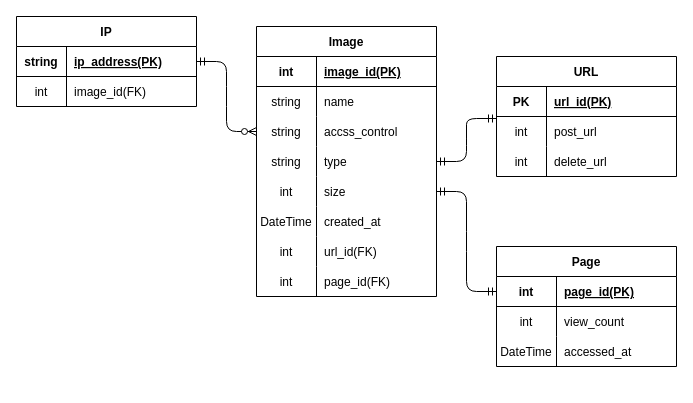
This is Design/ER.dio from Aki158/Online-Image-Hosting-Service, a draw.io file, before an edit. Source tidied: cells renumbered, new cells numbered last; positions are measured from the earlier drawing's top-left corner, leaving out a move shared by most shapes. Both pictures are drawn from the tidied source at 100%, with x=0, y=0 at pixel (16, 16).
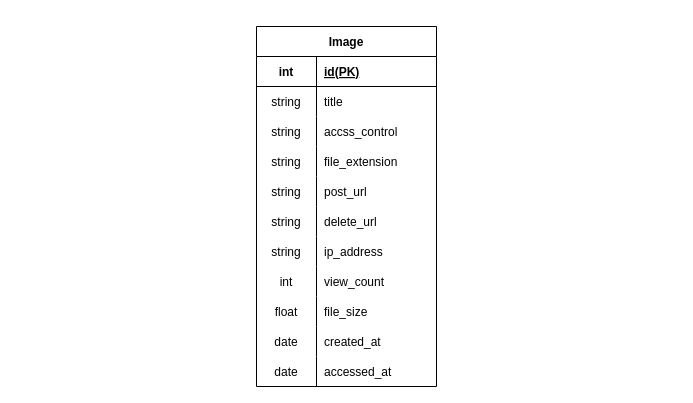
After the change.

The change refers to these unchanged cells:
```xml
<mxCell id="3" style="shape=tableRow;horizontal=0;startSize=0;swimlaneHead=0;swimlaneBody=0;fillColor=none;top=0;left=0;right=0;bottom=1;" parent="2" vertex="1">
  <mxGeometry y="30" width="180" height="30" as="geometry" />
</mxCell>
<mxCell id="6" style="shape=tableRow;horizontal=0;startSize=0;swimlaneHead=0;swimlaneBody=0;fillColor=none;top=0;left=0;right=0;bottom=0;" parent="2" vertex="1">
  <mxGeometry y="60" width="180" height="30" as="geometry" />
</mxCell>
<mxCell id="9" style="shape=tableRow;horizontal=0;startSize=0;swimlaneHead=0;swimlaneBody=0;fillColor=none;points=[[0,0.5],[1,0.5]];portConstraint=eastwest;top=0;left=0;right=0;bottom=0;" parent="2" vertex="1">
  <mxGeometry y="90" width="180" height="30" as="geometry" />
</mxCell>
<mxCell id="12" style="shape=tableRow;horizontal=0;startSize=0;swimlaneHead=0;swimlaneBody=0;fillColor=none;points=[[0,0.5],[1,0.5]];portConstraint=eastwest;top=0;left=0;right=0;bottom=0;" parent="2" vertex="1">
  <mxGeometry y="120" width="180" height="30" as="geometry" />
</mxCell>
```

Diff of the diagram source:
```diff
@@
     <mxCell id="2" value="Image" style="shape=table;startSize=30;childLayout=tableLayout;rowLines=0;fontStyle=1;align=center;" parent="1" vertex="1">
-      <mxGeometry x="240" y="10" width="180" height="270" as="geometry" />
+      <mxGeometry x="240" y="10" width="180" height="360" as="geometry" />
     </mxCell>
@@
-    <mxCell id="5" value="image_id(PK)" style="shape=partialRectangle;fillColor=none;top=0;left=0;bottom=0;right=0;align=left;spacingLeft=6;fontStyle=5;overflow=hidden;" parent="3" vertex="1">
+    <mxCell id="5" value="id(PK)" style="shape=partialRectangle;fillColor=none;top=0;left=0;bottom=0;right=0;align=left;spacingLeft=6;fontStyle=5;overflow=hidden;" parent="3" vertex="1">
       <mxGeometry x="60" width="120" height="30" as="geometry" />
     </mxCell>
@@
-    <mxCell id="8" value="name" style="shape=partialRectangle;fillColor=none;top=0;left=0;bottom=0;right=0;align=left;spacingLeft=6;overflow=hidden;" parent="6" vertex="1">
+    <mxCell id="8" value="title" style="shape=partialRectangle;fillColor=none;top=0;left=0;bottom=0;right=0;align=left;spacingLeft=6;overflow=hidden;" parent="6" vertex="1">
       <mxGeometry x="60" width="120" height="30" as="geometry" />
     </mxCell>
@@
-    <mxCell id="14" value="type" style="shape=partialRectangle;fillColor=none;top=0;left=0;bottom=0;right=0;align=left;spacingLeft=6;overflow=hidden;" parent="12" vertex="1">
+    <mxCell id="14" value="file_extension" style="shape=partialRectangle;fillColor=none;top=0;left=0;bottom=0;right=0;align=left;spacingLeft=6;overflow=hidden;" parent="12" vertex="1">
       <mxGeometry x="60" width="120" height="30" as="geometry" />
     </mxCell>
+    <mxCell id="21" style="shape=tableRow;horizontal=0;startSize=0;swimlaneHead=0;swimlaneBody=0;fillColor=none;top=0;left=0;right=0;bottom=0;" parent="2" vertex="1">
+      <mxGeometry y="150" width="180" height="30" as="geometry" />
+    </mxCell>
+    <mxCell id="22" value="string" style="shape=partialRectangle;fillColor=none;top=0;left=0;bottom=0;right=0;overflow=hidden;" parent="21" vertex="1">
+      <mxGeometry width="60" height="30" as="geometry" />
+    </mxCell>
+    <mxCell id="23" value="post_url" style="shape=partialRectangle;fillColor=none;top=0;left=0;bottom=0;right=0;align=left;spacingLeft=6;overflow=hidden;" parent="21" vertex="1">
+      <mxGeometry x="60" width="120" height="30" as="geometry" />
+    </mxCell>
+    <mxCell id="24" style="shape=tableRow;horizontal=0;startSize=0;swimlaneHead=0;swimlaneBody=0;fillColor=none;top=0;left=0;right=0;bottom=0;" parent="2" vertex="1">
+      <mxGeometry y="180" width="180" height="30" as="geometry" />
+    </mxCell>
+    <mxCell id="25" value="string" style="shape=partialRectangle;fillColor=none;top=0;left=0;bottom=0;right=0;overflow=hidden;" parent="24" vertex="1">
+      <mxGeometry width="60" height="30" as="geometry" />
+    </mxCell>
+    <mxCell id="26" value="delete_url" style="shape=partialRectangle;fillColor=none;top=0;left=0;bottom=0;right=0;align=left;spacingLeft=6;overflow=hidden;" parent="24" vertex="1">
+      <mxGeometry x="60" width="120" height="30" as="geometry" />
+    </mxCell>
+    <mxCell id="57" style="shape=tableRow;horizontal=0;startSize=0;swimlaneHead=0;swimlaneBody=0;fillColor=none;top=0;left=0;right=0;bottom=0;" parent="2" vertex="1">
+      <mxGeometry y="210" width="180" height="30" as="geometry" />
+    </mxCell>
+    <mxCell id="39" value="string" style="shape=partialRectangle;fillColor=none;top=0;left=0;bottom=0;right=0;overflow=hidden;" parent="57" vertex="1">
+      <mxGeometry width="60" height="30" as="geometry" />
+    </mxCell>
+    <mxCell id="58" value="ip_address" style="shape=partialRectangle;fillColor=none;top=0;left=0;bottom=0;right=0;align=left;spacingLeft=6;overflow=hidden;" parent="57" vertex="1">
+      <mxGeometry x="60" width="120" height="30" as="geometry" />
+    </mxCell>
+    <mxCell id="59" style="shape=tableRow;horizontal=0;startSize=0;swimlaneHead=0;swimlaneBody=0;fillColor=none;top=0;left=0;right=0;bottom=0;" parent="2" vertex="1">
+      <mxGeometry y="240" width="180" height="30" as="geometry" />
+    </mxCell>
+    <mxCell id="49" value="int" style="shape=partialRectangle;fillColor=none;top=0;left=0;bottom=0;right=0;overflow=hidden;" parent="59" vertex="1">
+      <mxGeometry width="60" height="30" as="geometry" />
+    </mxCell>
+    <mxCell id="50" value="view_count" style="shape=partialRectangle;fillColor=none;top=0;left=0;bottom=0;right=0;align=left;spacingLeft=6;overflow=hidden;" parent="59" vertex="1">
+      <mxGeometry x="60" width="120" height="30" as="geometry" />
+    </mxCell>
     <mxCell id="15" style="shape=tableRow;horizontal=0;startSize=0;swimlaneHead=0;swimlaneBody=0;fillColor=none;points=[[0,0.5],[1,0.5]];portConstraint=eastwest;top=0;left=0;right=0;bottom=0;" parent="2" vertex="1">
-      <mxGeometry y="150" width="180" height="30" as="geometry" />
+      <mxGeometry y="270" width="180" height="30" as="geometry" />
     </mxCell>
-    <mxCell id="16" value="int" style="shape=partialRectangle;fillColor=none;top=0;left=0;bottom=0;right=0;overflow=hidden;" parent="15" vertex="1">
+    <mxCell id="16" value="float" style="shape=partialRectangle;fillColor=none;top=0;left=0;bottom=0;right=0;overflow=hidden;" parent="15" vertex="1">
       <mxGeometry width="60" height="30" as="geometry" />
     </mxCell>
-    <mxCell id="17" value="size" style="shape=partialRectangle;fillColor=none;top=0;left=0;bottom=0;right=0;align=left;spacingLeft=6;overflow=hidden;" parent="15" vertex="1">
+    <mxCell id="17" value="file_size" style="shape=partialRectangle;fillColor=none;top=0;left=0;bottom=0;right=0;align=left;spacingLeft=6;overflow=hidden;" parent="15" vertex="1">
       <mxGeometry x="60" width="120" height="30" as="geometry" />
     </mxCell>
     <mxCell id="18" style="shape=tableRow;horizontal=0;startSize=0;swimlaneHead=0;swimlaneBody=0;fillColor=none;top=0;left=0;right=0;bottom=0;" parent="2" vertex="1">
-      <mxGeometry y="180" width="180" height="30" as="geometry" />
+      <mxGeometry y="300" width="180" height="30" as="geometry" />
     </mxCell>
-    <mxCell id="19" value="DateTime" style="shape=partialRectangle;fillColor=none;top=0;left=0;bottom=0;right=0;overflow=hidden;" parent="18" vertex="1">
+    <mxCell id="19" value="date" style="shape=partialRectangle;fillColor=none;top=0;left=0;bottom=0;right=0;overflow=hidden;" parent="18" vertex="1">
       <mxGeometry width="60" height="30" as="geometry" />
     </mxCell>
@@
-    <mxCell id="21" style="shape=tableRow;horizontal=0;startSize=0;swimlaneHead=0;swimlaneBody=0;fillColor=none;top=0;left=0;right=0;bottom=0;" parent="2" vertex="1">
-      <mxGeometry y="210" width="180" height="30" as="geometry" />
-    </mxCell>
-    <mxCell id="22" value="int" style="shape=partialRectangle;fillColor=none;top=0;left=0;bottom=0;right=0;overflow=hidden;" parent="21" vertex="1">
-      <mxGeometry width="60" height="30" as="geometry" />
-    </mxCell>
-    <mxCell id="23" value="url_id(FK)" style="shape=partialRectangle;fillColor=none;top=0;left=0;bottom=0;right=0;align=left;spacingLeft=6;overflow=hidden;" parent="21" vertex="1">
-      <mxGeometry x="60" width="120" height="30" as="geometry" />
-    </mxCell>
-    <mxCell id="24" style="shape=tableRow;horizontal=0;startSize=0;swimlaneHead=0;swimlaneBody=0;fillColor=none;top=0;left=0;right=0;bottom=0;" parent="2" vertex="1">
-      <mxGeometry y="240" width="180" height="30" as="geometry" />
-    </mxCell>
-    <mxCell id="25" value="int" style="shape=partialRectangle;fillColor=none;top=0;left=0;bottom=0;right=0;overflow=hidden;" parent="24" vertex="1">
-      <mxGeometry width="60" height="30" as="geometry" />
-    </mxCell>
-    <mxCell id="26" value="page_id(FK)" style="shape=partialRectangle;fillColor=none;top=0;left=0;bottom=0;right=0;align=left;spacingLeft=6;overflow=hidden;" parent="24" vertex="1">
-      <mxGeometry x="60" width="120" height="30" as="geometry" />
-    </mxCell>
-    <mxCell id="27" value="URL" style="shape=table;startSize=30;childLayout=tableLayout;rowLines=0;fontStyle=1;align=center;" parent="1" vertex="1">
-      <mxGeometry x="480" y="40" width="180" height="120" as="geometry" />
-    </mxCell>
-    <mxCell id="28" style="shape=tableRow;horizontal=0;startSize=0;swimlaneHead=0;swimlaneBody=0;fillColor=none;top=0;left=0;right=0;bottom=1;" parent="27" vertex="1">
-      <mxGeometry y="30" width="180" height="30" as="geometry" />
-    </mxCell>
-    <mxCell id="29" value="PK" style="shape=partialRectangle;fillColor=none;top=0;left=0;bottom=0;right=0;fontStyle=1;overflow=hidden;" parent="28" vertex="1">
-      <mxGeometry width="50" height="30" as="geometry" />
-    </mxCell>
-    <mxCell id="30" value="url_id(PK)" style="shape=partialRectangle;fillColor=none;top=0;left=0;bottom=0;right=0;align=left;spacingLeft=6;fontStyle=5;overflow=hidden;" parent="28" vertex="1">
-      <mxGeometry x="50" width="130" height="30" as="geometry" />
-    </mxCell>
-    <mxCell id="31" style="shape=tableRow;horizontal=0;startSize=0;swimlaneHead=0;swimlaneBody=0;fillColor=none;points=[[0,0.5],[1,0.5]];portConstraint=eastwest;top=0;left=0;right=0;bottom=0;" parent="27" vertex="1">
-      <mxGeometry y="60" width="180" height="30" as="geometry" />
-    </mxCell>
-    <mxCell id="32" value="int" style="shape=partialRectangle;fillColor=none;top=0;left=0;bottom=0;right=0;overflow=hidden;" parent="31" vertex="1">
-      <mxGeometry width="50" height="30" as="geometry" />
-    </mxCell>
-    <mxCell id="33" value="post_url" style="shape=partialRectangle;fillColor=none;top=0;left=0;bottom=0;right=0;align=left;spacingLeft=6;overflow=hidden;" parent="31" vertex="1">
-      <mxGeometry x="50" width="130" height="30" as="geometry" />
-    </mxCell>
-    <mxCell id="34" style="shape=tableRow;horizontal=0;startSize=0;swimlaneHead=0;swimlaneBody=0;fillColor=none;top=0;left=0;right=0;bottom=0;" parent="27" vertex="1">
-      <mxGeometry y="90" width="180" height="30" as="geometry" />
-    </mxCell>
-    <mxCell id="35" value="int" style="shape=partialRectangle;fillColor=none;top=0;left=0;bottom=0;right=0;overflow=hidden;" parent="34" vertex="1">
-      <mxGeometry width="50" height="30" as="geometry" />
-    </mxCell>
-    <mxCell id="36" value="delete_url" style="shape=partialRectangle;fillColor=none;top=0;left=0;bottom=0;right=0;align=left;spacingLeft=6;overflow=hidden;" parent="34" vertex="1">
-      <mxGeometry x="50" width="130" height="30" as="geometry" />
-    </mxCell>
-    <mxCell id="37" value="IP" style="shape=table;startSize=30;childLayout=tableLayout;rowLines=0;fontStyle=1;align=center;" parent="1" vertex="1">
-      <mxGeometry width="180" height="90" as="geometry" />
-    </mxCell>
-    <mxCell id="38" style="shape=tableRow;horizontal=0;startSize=0;swimlaneHead=0;swimlaneBody=0;fillColor=none;top=0;left=0;right=0;bottom=1;" parent="37" vertex="1">
-      <mxGeometry y="30" width="180" height="30" as="geometry" />
-    </mxCell>
-    <mxCell id="39" value="string" style="shape=partialRectangle;fillColor=none;top=0;left=0;bottom=0;right=0;fontStyle=1;overflow=hidden;" parent="38" vertex="1">
-      <mxGeometry width="50" height="30" as="geometry" />
-    </mxCell>
-    <mxCell id="40" value="ip_address(PK)" style="shape=partialRectangle;fillColor=none;top=0;left=0;bottom=0;right=0;align=left;spacingLeft=6;fontStyle=5;overflow=hidden;" parent="38" vertex="1">
-      <mxGeometry x="50" width="130" height="30" as="geometry" />
-    </mxCell>
-    <mxCell id="41" style="shape=tableRow;horizontal=0;startSize=0;swimlaneHead=0;swimlaneBody=0;fillColor=none;top=0;left=0;right=0;bottom=0;" parent="37" vertex="1">
-      <mxGeometry y="60" width="180" height="30" as="geometry" />
-    </mxCell>
-    <mxCell id="42" value="int" style="shape=partialRectangle;fillColor=none;top=0;left=0;bottom=0;right=0;overflow=hidden;" parent="41" vertex="1">
-      <mxGeometry width="50" height="30" as="geometry" />
-    </mxCell>
-    <mxCell id="43" value="image_id(FK)" style="shape=partialRectangle;fillColor=none;top=0;left=0;bottom=0;right=0;align=left;spacingLeft=6;overflow=hidden;" parent="41" vertex="1">
-      <mxGeometry x="50" width="130" height="30" as="geometry" />
-    </mxCell>
-    <mxCell id="44" value="Page" style="shape=table;startSize=30;childLayout=tableLayout;rowLines=0;fontStyle=1;align=center;" parent="1" vertex="1">
-      <mxGeometry x="480" y="230" width="180" height="120" as="geometry" />
-    </mxCell>
-    <mxCell id="45" style="shape=tableRow;horizontal=0;startSize=0;swimlaneHead=0;swimlaneBody=0;fillColor=none;points=[[0,0.5],[1,0.5]];portConstraint=eastwest;top=0;left=0;right=0;bottom=1;" parent="44" vertex="1">
-      <mxGeometry y="30" width="180" height="30" as="geometry" />
-    </mxCell>
-    <mxCell id="46" value="int" style="shape=partialRectangle;fillColor=none;top=0;left=0;bottom=0;right=0;fontStyle=1;overflow=hidden;" parent="45" vertex="1">
-      <mxGeometry width="60" height="30" as="geometry" />
-    </mxCell>
-    <mxCell id="47" value="page_id(PK)" style="shape=partialRectangle;fillColor=none;top=0;left=0;bottom=0;right=0;align=left;spacingLeft=6;fontStyle=5;overflow=hidden;" parent="45" vertex="1">
-      <mxGeometry x="60" width="120" height="30" as="geometry" />
-    </mxCell>
-    <mxCell id="48" style="shape=tableRow;horizontal=0;startSize=0;swimlaneHead=0;swimlaneBody=0;fillColor=none;top=0;left=0;right=0;bottom=0;" parent="44" vertex="1">
-      <mxGeometry y="60" width="180" height="30" as="geometry" />
-    </mxCell>
-    <mxCell id="49" value="int" style="shape=partialRectangle;fillColor=none;top=0;left=0;bottom=0;right=0;overflow=hidden;" parent="48" vertex="1">
-      <mxGeometry width="60" height="30" as="geometry" />
-    </mxCell>
-    <mxCell id="50" value="view_count" style="shape=partialRectangle;fillColor=none;top=0;left=0;bottom=0;right=0;align=left;spacingLeft=6;overflow=hidden;" parent="48" vertex="1">
-      <mxGeometry x="60" width="120" height="30" as="geometry" />
-    </mxCell>
-    <mxCell id="51" style="shape=tableRow;horizontal=0;startSize=0;swimlaneHead=0;swimlaneBody=0;fillColor=none;top=0;left=0;right=0;bottom=0;" parent="44" vertex="1">
-      <mxGeometry y="90" width="180" height="30" as="geometry" />
-    </mxCell>
-    <mxCell id="52" value="DateTime" style="shape=partialRectangle;fillColor=none;top=0;left=0;bottom=0;right=0;overflow=hidden;" parent="51" vertex="1">
-      <mxGeometry width="60" height="30" as="geometry" />
-    </mxCell>
+    <mxCell id="60" style="shape=tableRow;horizontal=0;startSize=0;swimlaneHead=0;swimlaneBody=0;fillColor=none;top=0;left=0;right=0;bottom=0;" parent="2" vertex="1">
+      <mxGeometry y="330" width="180" height="30" as="geometry" />
+    </mxCell>
+    <mxCell id="61" value="date" style="shape=partialRectangle;fillColor=none;top=0;left=0;bottom=0;right=0;overflow=hidden;" parent="60" vertex="1">
+      <mxGeometry width="60" height="30" as="geometry" />
+    </mxCell>
-    <mxCell id="53" value="accessed_at" style="shape=partialRectangle;fillColor=none;top=0;left=0;bottom=0;right=0;align=left;spacingLeft=6;overflow=hidden;" parent="51" vertex="1">
+    <mxCell id="53" value="accessed_at" style="shape=partialRectangle;fillColor=none;top=0;left=0;bottom=0;right=0;align=left;spacingLeft=6;overflow=hidden;" parent="60" vertex="1">
       <mxGeometry x="60" width="120" height="30" as="geometry" />
     </mxCell>
-    <mxCell id="54" style="edgeStyle=entityRelationEdgeStyle;fontSize=12;html=1;endArrow=ERmandOne;startArrow=ERmandOne;sketch=0;endSize=6;jumpStyle=none;entryX=0;entryY=0.067;entryDx=0;entryDy=0;entryPerimeter=0;exitX=1;exitY=0.5;exitDx=0;exitDy=0;" parent="1" edge="1" source="12" target="31">
-      <mxGeometry relative="1" as="geometry" />
-    </mxCell>
-    <mxCell id="55" style="edgeStyle=entityRelationEdgeStyle;fontSize=12;html=1;endArrow=ERmandOne;startArrow=ERmandOne;sketch=0;endSize=6;jumpStyle=none;exitX=1;exitY=0.5;exitDx=0;exitDy=0;" parent="1" edge="1" source="15" target="45">
-      <mxGeometry relative="1" as="geometry" />
-    </mxCell>
-    <mxCell id="56" style="edgeStyle=entityRelationEdgeStyle;fontSize=12;html=1;endArrow=ERzeroToMany;startArrow=ERmandOne;sketch=0;endSize=6;jumpStyle=none;exitX=1;exitY=0.5;exitDx=0;exitDy=0;entryX=0;entryY=0.5;entryDx=0;entryDy=0;" parent="1" edge="1" source="37" target="9">
-      <mxGeometry relative="1" as="geometry" />
-    </mxCell>
```
